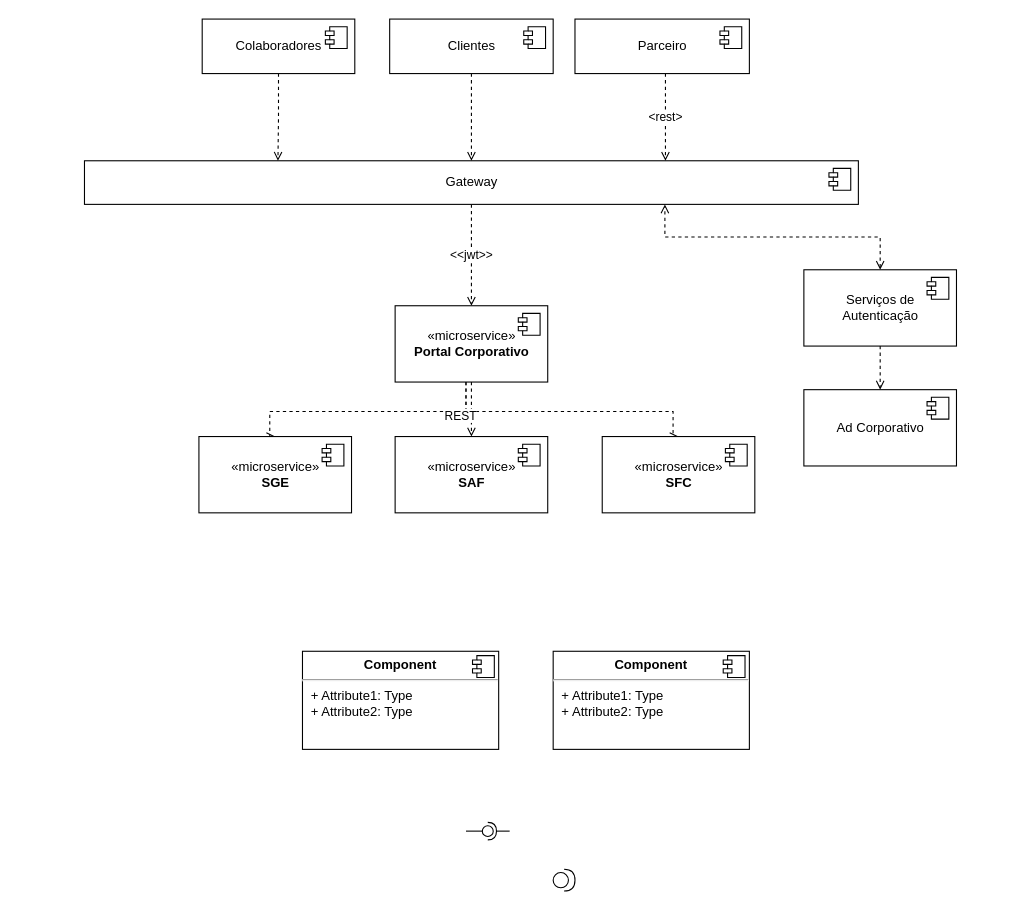
Above: page "Diagrama de Componentes" (4 of 6) of desenho-solucao/DesenhoSolucao.drawio in felipepozzi/puc-minas-arquitetura (draw.io), before the change. Source tidied: cells renumbered, new cells numbered last; positions are measured from the earlier drawing's top-left corner, leaving out a move shared by most shapes. Both pictures are drawn from the tidied source at 109%, with x=0, y=0 at pixel (84, 19).
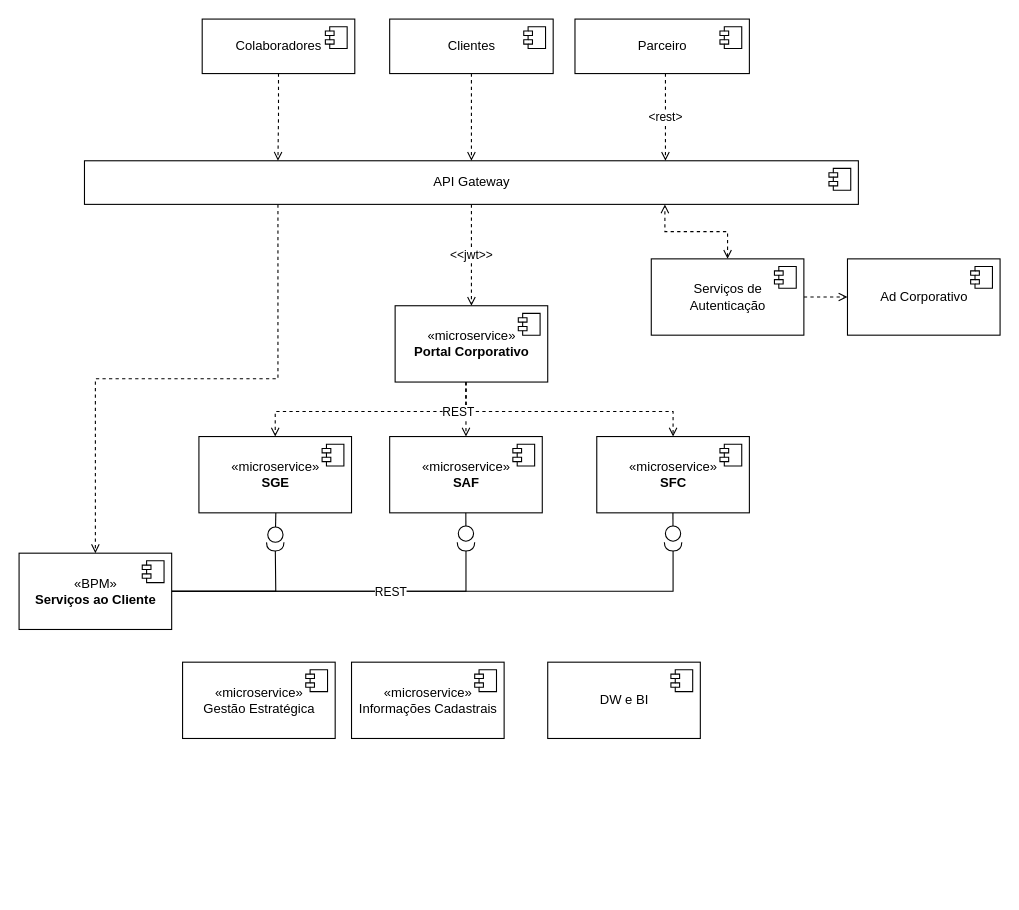
The same page after the edit.

Unchanged cells that the change refers to:
```xml
<mxCell id="15" style="edgeStyle=orthogonalEdgeStyle;rounded=0;jettySize=auto;html=1;entryX=0.5;entryY=0;entryDx=0;entryDy=0;dashed=1;fontColor=#000000;startArrow=none;startFill=0;endArrow=open;endFill=0;strokeColor=#000000;" parent="1" edge="1" source="17" target="19">
  <mxGeometry relative="1" as="geometry">
    <Array as="points">
      <mxPoint x="350" y="360" />
      <mxPoint x="540" y="360" />
    </Array>
  </mxGeometry>
</mxCell>
<mxCell id="17" value="«microservice»&lt;br&gt;&lt;b&gt;Portal Corporativo&lt;/b&gt;" style="html=1;fontColor=#000000;" parent="1" vertex="1">
  <mxGeometry x="285" y="263" width="140" height="70" as="geometry" />
</mxCell>
<mxCell id="23" value="«microservice»&lt;br&gt;&lt;b&gt;SGE&lt;/b&gt;" style="html=1;fontColor=#000000;" parent="1" vertex="1">
  <mxGeometry x="105" y="383" width="140" height="70" as="geometry" />
</mxCell>
```

The edit, as a diff of the source:
```diff
@@
-    <mxCell id="2" style="shape=providedRequiredInterface;html=1;verticalLabelPosition=bottom;sketch=0;fontColor=#000000;" parent="1" vertex="1">
-      <mxGeometry x="430" y="780" width="20" height="20" as="geometry" />
-    </mxCell>
-    <mxCell id="3" value="&lt;p style=&quot;margin:0px;margin-top:6px;text-align:center;&quot;&gt;&lt;b&gt;Component&lt;/b&gt;&lt;/p&gt;&lt;hr/&gt;&lt;p style=&quot;margin:0px;margin-left:8px;&quot;&gt;+ Attribute1: Type&lt;br/&gt;+ Attribute2: Type&lt;/p&gt;" style="align=left;overflow=fill;html=1;fontColor=#000000;" parent="1" vertex="1">
-      <mxGeometry x="200" y="580" width="180" height="90" as="geometry" />
-    </mxCell>
-    <mxCell id="4" style="shape=component;jettyWidth=8;jettyHeight=4;fontColor=#000000;" parent="3" vertex="1">
-      <mxGeometry x="1" width="20" height="20" relative="1" as="geometry">
-        <mxPoint x="-24" y="4" as="offset" />
-      </mxGeometry>
-    </mxCell>
-    <mxCell id="5" value="&lt;p style=&quot;margin:0px;margin-top:6px;text-align:center;&quot;&gt;&lt;b&gt;Component&lt;/b&gt;&lt;/p&gt;&lt;hr/&gt;&lt;p style=&quot;margin:0px;margin-left:8px;&quot;&gt;+ Attribute1: Type&lt;br/&gt;+ Attribute2: Type&lt;/p&gt;" style="align=left;overflow=fill;html=1;fontColor=#000000;" parent="1" vertex="1">
-      <mxGeometry x="430" y="580" width="180" height="90" as="geometry" />
-    </mxCell>
-    <mxCell id="6" style="shape=component;jettyWidth=8;jettyHeight=4;fontColor=#000000;" parent="5" vertex="1">
-      <mxGeometry x="1" width="20" height="20" relative="1" as="geometry">
-        <mxPoint x="-24" y="4" as="offset" />
-      </mxGeometry>
-    </mxCell>
-    <mxCell id="7" style="rounded=0;jettySize=auto;html=1;endArrow=none;endFill=0;sketch=0;sourcePerimeterSpacing=0;targetPerimeterSpacing=0;fontColor=#000000;strokeColor=#000000;" parent="1" edge="1" target="9">
-      <mxGeometry relative="1" as="geometry">
-        <mxPoint x="350" y="745" as="sourcePoint" />
-      </mxGeometry>
-    </mxCell>
-    <mxCell id="8" style="rounded=0;jettySize=auto;html=1;endArrow=halfCircle;endFill=0;entryX=0.5;entryY=0.5;endSize=6;strokeWidth=1;sketch=0;fontColor=#000000;" parent="1" edge="1" target="9">
-      <mxGeometry relative="1" as="geometry">
-        <mxPoint x="390" y="745" as="sourcePoint" />
-      </mxGeometry>
-    </mxCell>
-    <mxCell id="9" style="ellipse;whiteSpace=wrap;html=1;align=center;points=[];outlineConnect=0;sketch=0;fontColor=#000000;" parent="1" vertex="1">
-      <mxGeometry x="365" y="740" width="10" height="10" as="geometry" />
-    </mxCell>
@@
+    <mxCell id="40" style="edgeStyle=orthogonalEdgeStyle;rounded=0;jettySize=auto;html=1;entryX=0.5;entryY=0;entryDx=0;entryDy=0;dashed=1;fontColor=#000000;startArrow=none;startFill=0;endArrow=open;endFill=0;strokeColor=#000000;exitX=0.25;exitY=1;exitDx=0;exitDy=0;" parent="1" edge="1" source="11" target="48">
+      <mxGeometry relative="1" as="geometry" />
+    </mxCell>
-    <mxCell id="11" value="Gateway" style="html=1;fontColor=#000000;" parent="1" vertex="1">
+    <mxCell id="11" value="API Gateway" style="html=1;fontColor=#000000;" parent="1" vertex="1">
       <mxGeometry y="130" width="710" height="40" as="geometry" />
     </mxCell>
@@
     <mxCell id="13" style="edgeStyle=orthogonalEdgeStyle;rounded=0;jettySize=auto;html=1;entryX=0.5;entryY=0;entryDx=0;entryDy=0;dashed=1;fontColor=#000000;startArrow=none;startFill=0;endArrow=open;endFill=0;strokeColor=#000000;" parent="1" edge="1" source="17" target="23">
       <mxGeometry relative="1" as="geometry">
         <Array as="points">
           <mxPoint x="350" y="360" />
-          <mxPoint x="170" y="360" />
+          <mxPoint x="175" y="360" />
         </Array>
       </mxGeometry>
     </mxCell>
-    <mxCell id="14" style="edgeStyle=orthogonalEdgeStyle;rounded=0;jettySize=auto;html=1;entryX=0.5;entryY=0;entryDx=0;entryDy=0;dashed=1;fontColor=#000000;startArrow=none;startFill=0;endArrow=open;endFill=0;strokeColor=#000000;" parent="1" edge="1" source="17" target="21">
+    <mxCell id="14" style="edgeStyle=orthogonalEdgeStyle;rounded=0;jettySize=auto;html=1;entryX=0.5;entryY=0;entryDx=0;entryDy=0;dashed=1;fontColor=#000000;startArrow=none;startFill=0;endArrow=open;endFill=0;strokeColor=#000000;exitX=0.464;exitY=1.001;exitDx=0;exitDy=0;exitPerimeter=0;" parent="1" edge="1" source="17" target="21">
       <mxGeometry relative="1" as="geometry" />
     </mxCell>
@@
     <mxCell id="16" value="REST" style="edgeLabel;html=1;align=center;verticalAlign=middle;fontColor=#000000;" parent="15" vertex="1">
       <mxGeometry x="-0.38" y="-3" relative="1" as="geometry">
-        <mxPoint x="-55" as="offset" />
+        <mxPoint x="-55" y="-3" as="offset" />
       </mxGeometry>
     </mxCell>
@@
+    <mxCell id="41" style="edgeStyle=orthogonalEdgeStyle;rounded=0;jettySize=auto;html=1;fontColor=#000000;startArrow=none;startFill=0;endArrow=circle;endFill=0;strokeColor=#000000;exitX=0.499;exitY=0.99;exitDx=0;exitDy=0;exitPerimeter=0;" parent="1" edge="1" source="19">
+      <mxGeometry relative="1" as="geometry">
+        <mxPoint x="540" y="480" as="targetPoint" />
+      </mxGeometry>
+    </mxCell>
     <mxCell id="19" value="«microservice»&lt;br&gt;&lt;b&gt;SFC&lt;/b&gt;" style="html=1;fontColor=#000000;" parent="1" vertex="1">
-      <mxGeometry x="475" y="383" width="140" height="70" as="geometry" />
+      <mxGeometry x="470" y="383" width="140" height="70" as="geometry" />
     </mxCell>
@@
+    <mxCell id="42" style="edgeStyle=orthogonalEdgeStyle;rounded=0;jettySize=auto;html=1;fontColor=#000000;startArrow=none;startFill=0;endArrow=circle;endFill=0;strokeColor=#000000;exitX=0.499;exitY=0.992;exitDx=0;exitDy=0;exitPerimeter=0;" parent="1" edge="1" source="21">
+      <mxGeometry relative="1" as="geometry">
+        <mxPoint x="350" y="480" as="targetPoint" />
+      </mxGeometry>
+    </mxCell>
     <mxCell id="21" value="«microservice»&lt;br&gt;&lt;b&gt;SAF&lt;/b&gt;" style="html=1;fontColor=#000000;" parent="1" vertex="1">
-      <mxGeometry x="285" y="383" width="140" height="70" as="geometry" />
+      <mxGeometry x="280" y="383" width="140" height="70" as="geometry" />
     </mxCell>
@@
+    <mxCell id="43" style="edgeStyle=orthogonalEdgeStyle;rounded=0;jettySize=auto;html=1;fontColor=#000000;startArrow=none;startFill=0;endArrow=circle;endFill=0;strokeColor=#000000;exitX=0.504;exitY=0.997;exitDx=0;exitDy=0;exitPerimeter=0;" parent="1" edge="1" source="23">
+      <mxGeometry relative="1" as="geometry">
+        <mxPoint x="175" y="481" as="targetPoint" />
+      </mxGeometry>
+    </mxCell>
@@
     <mxCell id="36" value="Serviços de &lt;br&gt;Autenticação" style="html=1;fontColor=#000000;" parent="1" vertex="1">
-      <mxGeometry x="660" y="230" width="140" height="70" as="geometry" />
+      <mxGeometry x="520" y="220" width="140" height="70" as="geometry" />
     </mxCell>
@@
     <mxCell id="38" value="Ad Corporativo" style="html=1;fontColor=#000000;" parent="1" vertex="1">
-      <mxGeometry x="660" y="340" width="140" height="70" as="geometry" />
+      <mxGeometry x="700" y="220" width="140" height="70" as="geometry" />
     </mxCell>
@@
+    <mxCell id="44" style="edgeStyle=orthogonalEdgeStyle;rounded=0;jettySize=auto;html=1;fontColor=#000000;startArrow=none;startFill=0;endArrow=halfCircle;endFill=0;strokeColor=#000000;" parent="1" edge="1" source="48">
+      <mxGeometry relative="1" as="geometry">
+        <mxPoint x="175" y="480" as="targetPoint" />
+      </mxGeometry>
+    </mxCell>
+    <mxCell id="45" style="edgeStyle=orthogonalEdgeStyle;rounded=0;jettySize=auto;html=1;fontColor=#000000;startArrow=none;startFill=0;endArrow=halfCircle;endFill=0;strokeColor=#000000;exitX=1;exitY=0.5;exitDx=0;exitDy=0;" parent="1" edge="1" source="48">
+      <mxGeometry relative="1" as="geometry">
+        <mxPoint x="350" y="480" as="targetPoint" />
+        <Array as="points">
+          <mxPoint x="350" y="525" />
+        </Array>
+      </mxGeometry>
+    </mxCell>
+    <mxCell id="46" style="edgeStyle=orthogonalEdgeStyle;rounded=0;jettySize=auto;html=1;fontColor=#000000;startArrow=none;startFill=0;endArrow=halfCircle;endFill=0;strokeColor=#000000;exitX=1;exitY=0.5;exitDx=0;exitDy=0;" parent="1" edge="1" source="48">
+      <mxGeometry relative="1" as="geometry">
+        <mxPoint x="540" y="480" as="targetPoint" />
+        <Array as="points">
+          <mxPoint x="540" y="525" />
+        </Array>
+      </mxGeometry>
+    </mxCell>
+    <mxCell id="47" value="REST" style="edgeLabel;html=1;align=center;verticalAlign=middle;fontColor=#000000;" parent="46" vertex="1">
+      <mxGeometry x="-0.91" y="2" relative="1" as="geometry">
+        <mxPoint x="177" y="2" as="offset" />
+      </mxGeometry>
+    </mxCell>
+    <mxCell id="48" value="«BPM»&lt;br&gt;&lt;b&gt;Serviços ao Cliente&lt;/b&gt;" style="html=1;fontColor=#000000;" parent="1" vertex="1">
+      <mxGeometry x="-60" y="490" width="140" height="70" as="geometry" />
+    </mxCell>
+    <mxCell id="49" style="shape=module;jettyWidth=8;jettyHeight=4;fontColor=#000000;" parent="48" vertex="1">
+      <mxGeometry x="1" width="20" height="20" relative="1" as="geometry">
+        <mxPoint x="-27" y="7" as="offset" />
+      </mxGeometry>
+    </mxCell>
+    <mxCell id="50" value="«microservice»&lt;br&gt;Gestão Estratégica" style="html=1;fontColor=#000000;" parent="1" vertex="1">
+      <mxGeometry x="90" y="590" width="140" height="70" as="geometry" />
+    </mxCell>
+    <mxCell id="51" style="shape=module;jettyWidth=8;jettyHeight=4;fontColor=#000000;" parent="50" vertex="1">
+      <mxGeometry x="1" width="20" height="20" relative="1" as="geometry">
+        <mxPoint x="-27" y="7" as="offset" />
+      </mxGeometry>
+    </mxCell>
+    <mxCell id="52" value="«microservice»&lt;br&gt;Informações Cadastrais" style="html=1;fontColor=#000000;" parent="1" vertex="1">
+      <mxGeometry x="245" y="590" width="140" height="70" as="geometry" />
+    </mxCell>
+    <mxCell id="53" style="shape=module;jettyWidth=8;jettyHeight=4;fontColor=#000000;" parent="52" vertex="1">
+      <mxGeometry x="1" width="20" height="20" relative="1" as="geometry">
+        <mxPoint x="-27" y="7" as="offset" />
+      </mxGeometry>
+    </mxCell>
+    <mxCell id="54" value="DW e BI" style="html=1;fontColor=#000000;" parent="1" vertex="1">
+      <mxGeometry x="425" y="590" width="140" height="70" as="geometry" />
+    </mxCell>
+    <mxCell id="55" style="shape=module;jettyWidth=8;jettyHeight=4;fontColor=#000000;" parent="54" vertex="1">
+      <mxGeometry x="1" width="20" height="20" relative="1" as="geometry">
+        <mxPoint x="-27" y="7" as="offset" />
+      </mxGeometry>
+    </mxCell>
```
